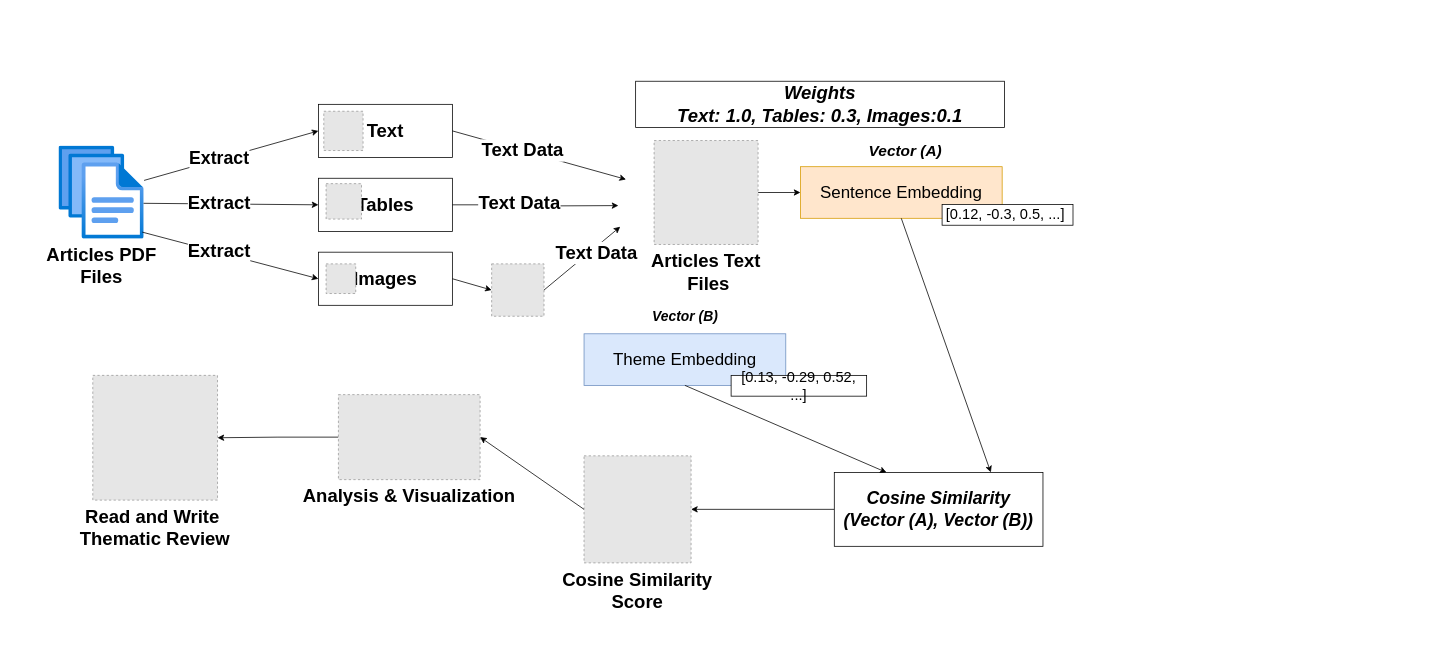
Earlier version of the draw.io diagram LiteratureFramework.drawio (ysenousy/ACC-N-ACE). Source tidied: cells renumbered, new cells numbered last; positions are measured from the earlier drawing's top-left corner, leaving out a move shared by most shapes. Both pictures are drawn from the tidied source at 77%, with x=0, y=0 at pixel (59, 81). Pictures stored in the file or linked from it are replaced by grey dashed boxes.
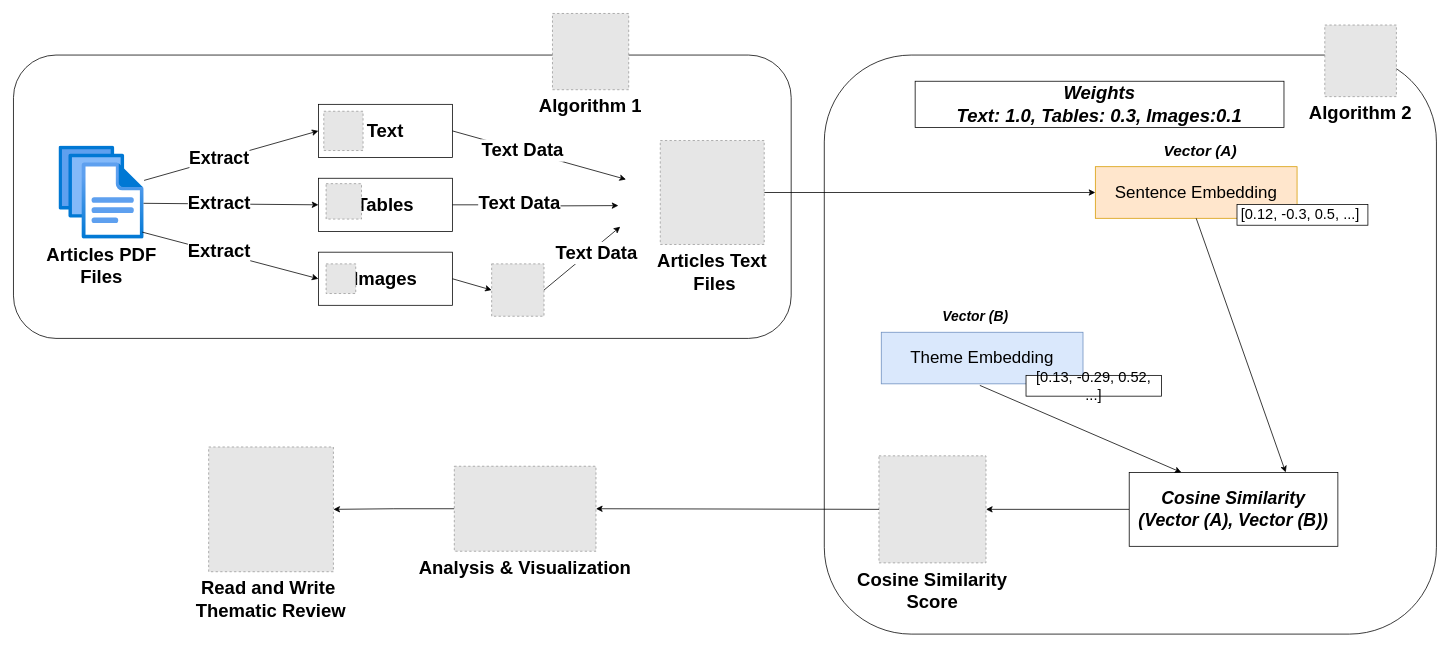
The same page after the edit.

Commit message (it also covers changes not shown here):
Added DotMatrix, Update Figure 4,5,6

The edit, as a diff of the source:
```diff
@@
+    <mxCell id="41" style="rounded=1;whiteSpace=wrap;html=1;" parent="1" vertex="1">
+      <mxGeometry x="994" y="-34" width="795" height="752" as="geometry" />
+    </mxCell>
+    <mxCell id="42" style="rounded=1;whiteSpace=wrap;html=1;" parent="1" vertex="1">
+      <mxGeometry x="-59" y="-34" width="1010" height="368" as="geometry" />
+    </mxCell>
@@
     <mxCell id="3" value="Cosine Similarity&#10;Score" style="fillColor=#E6E6E6;strokeColor=#999999;dashed=1;verticalLabelPosition=bottom;labelBackgroundColor=default;verticalAlign=top;fontSize=24;fontStyle=1;" parent="1" vertex="1">
-      <mxGeometry x="682" y="486.5" width="139" height="139" as="geometry" />
+      <mxGeometry x="1065" y="486.5" width="139" height="139" as="geometry" />
     </mxCell>
@@
     <mxCell id="5" value="Analysis &amp; Visualization" style="fillColor=#E6E6E6;strokeColor=#999999;dashed=1;verticalLabelPosition=bottom;labelBackgroundColor=default;verticalAlign=top;fontSize=24;fontStyle=1;" parent="1" vertex="1">
-      <mxGeometry x="363" y="407" width="184" height="110.4" as="geometry" />
+      <mxGeometry x="513.5" y="500" width="184" height="110.4" as="geometry" />
     </mxCell>
     <mxCell id="6" value="Read and Write &#10;Thematic Review" style="fillColor=#E6E6E6;strokeColor=#999999;dashed=1;verticalLabelPosition=bottom;labelBackgroundColor=default;verticalAlign=top;fontSize=24;fontStyle=1;" parent="1" vertex="1">
-      <mxGeometry x="44" y="382" width="162" height="162" as="geometry" />
+      <mxGeometry x="194.5" y="475" width="162" height="162" as="geometry" />
     </mxCell>
@@
     <mxCell id="28" value="Articles Text&#10; Files" style="fillColor=#E6E6E6;strokeColor=#999999;dashed=1;verticalLabelPosition=bottom;labelBackgroundColor=default;verticalAlign=top;fontStyle=1;fontSize=24;" parent="1" vertex="1">
-      <mxGeometry x="773" y="77" width="135" height="135" as="geometry" />
+      <mxGeometry x="781" y="77" width="135" height="135" as="geometry" />
     </mxCell>
     <mxCell id="29" value="&lt;font style=&quot;font-size: 22px;&quot;&gt;Sentence Embedding&lt;/font&gt;" style="rounded=0;whiteSpace=wrap;html=1;fillColor=#ffe6cc;strokeColor=#d79b00;" parent="1" vertex="1">
-      <mxGeometry x="963" y="111" width="262" height="67" as="geometry" />
+      <mxGeometry x="1346" y="111" width="262" height="67" as="geometry" />
     </mxCell>
     <mxCell id="30" value="&lt;font style=&quot;font-size: 18px;&quot;&gt;&lt;i&gt;Vector (B)&lt;/i&gt;&lt;/font&gt;" style="text;html=1;align=center;verticalAlign=middle;whiteSpace=wrap;rounded=0;fontStyle=1;" parent="1" vertex="1">
-      <mxGeometry x="763.5" y="291" width="99" height="30" as="geometry" />
+      <mxGeometry x="1141" y="291" width="99" height="30" as="geometry" />
     </mxCell>
     <mxCell id="31" value="&lt;font style=&quot;font-size: 20px;&quot;&gt;&lt;b&gt;&lt;i&gt;Vector (A)&lt;/i&gt;&lt;/b&gt;&lt;/font&gt;" style="text;html=1;align=center;verticalAlign=middle;whiteSpace=wrap;rounded=0;" parent="1" vertex="1">
-      <mxGeometry x="1049" y="74" width="101" height="30" as="geometry" />
+      <mxGeometry x="1432" y="74" width="101" height="30" as="geometry" />
     </mxCell>
     <mxCell id="32" value="&lt;font style=&quot;font-size: 22px;&quot;&gt;Theme Embedding&lt;/font&gt;" style="rounded=0;whiteSpace=wrap;html=1;fillColor=#dae8fc;strokeColor=#6c8ebf;" parent="1" vertex="1">
-      <mxGeometry x="682" y="328" width="262" height="67" as="geometry" />
+      <mxGeometry x="1068" y="326" width="262" height="67" as="geometry" />
     </mxCell>
     <mxCell id="33" value="&lt;span style=&quot;font-family: &amp;quot;Gill Sans MT&amp;quot;;&quot;&gt;&lt;font style=&quot;font-size: 19px;&quot;&gt;[0.13, -0.29, 0.52, ...]&lt;/font&gt;&lt;/span&gt;" style="rounded=0;whiteSpace=wrap;html=1;" parent="1" vertex="1">
-      <mxGeometry x="873" y="382" width="176" height="27" as="geometry" />
+      <mxGeometry x="1256" y="382" width="176" height="27" as="geometry" />
     </mxCell>
@@
     <mxCell id="35" value="&lt;p style=&quot;margin-top: 0pt; margin-bottom: 0pt; margin-left: 0in; direction: ltr; unicode-bidi: embed; word-break: normal;&quot;&gt;&lt;span style=&quot;font-family: &amp;quot;Gill Sans MT&amp;quot;; font-weight: bold;&quot;&gt;&lt;font style=&quot;font-size: 23px;&quot;&gt;&lt;i&gt;Cosine Similarity&lt;/i&gt;&lt;/font&gt;&lt;/span&gt;&lt;/p&gt;&lt;p style=&quot;margin-top: 0pt; margin-bottom: 0pt; margin-left: 0in; direction: ltr; unicode-bidi: embed; word-break: normal;&quot;&gt;&lt;span style=&quot;font-family: &amp;quot;Gill Sans MT&amp;quot;; font-weight: bold;&quot;&gt;&lt;font style=&quot;font-size: 23px;&quot;&gt;&lt;i&gt;(Vector (A), Vector (B))&lt;/i&gt;&lt;/font&gt;&lt;/span&gt;&lt;/p&gt;" style="rounded=0;whiteSpace=wrap;html=1;" parent="1" vertex="1">
-      <mxGeometry x="1007" y="508" width="271" height="96" as="geometry" />
+      <mxGeometry x="1390" y="508" width="271" height="96" as="geometry" />
     </mxCell>
     <mxCell id="36" value="&lt;span style=&quot;font-family: &amp;quot;Gill Sans MT&amp;quot;; text-align: left;&quot;&gt;&lt;font style=&quot;font-size: 19px;&quot;&gt;[0.12,&amp;nbsp;-0.3, 0.5, ...]&amp;nbsp;&lt;/font&gt;&lt;/span&gt;" style="rounded=0;whiteSpace=wrap;html=1;" parent="1" vertex="1">
-      <mxGeometry x="1147" y="160" width="170" height="27" as="geometry" />
+      <mxGeometry x="1530" y="160" width="170" height="27" as="geometry" />
     </mxCell>
@@
-    <mxCell id="38" style="endArrow=classic;html=1;rounded=0;exitX=0.5;exitY=1;exitDx=0;exitDy=0;entryX=0.25;entryY=0;entryDx=0;entryDy=0;" parent="1" edge="1" source="32" target="35">
-      <mxGeometry relative="1" as="geometry" />
+    <mxCell id="38" style="endArrow=classic;html=1;rounded=0;exitX=0.5;exitY=1;exitDx=0;exitDy=0;entryX=0.25;entryY=0;entryDx=0;entryDy=0;" parent="1" edge="1" target="35">
+      <mxGeometry relative="1" as="geometry">
+        <mxPoint x="1196" y="395" as="sourcePoint" />
+      </mxGeometry>
     </mxCell>
     <mxCell id="39" value="&lt;font style=&quot;font-size: 24px;&quot;&gt;&lt;i style=&quot;&quot;&gt;&lt;b style=&quot;&quot;&gt;Weights&lt;/b&gt;&lt;/i&gt;&lt;/font&gt;&lt;div&gt;&lt;font style=&quot;font-size: 24px;&quot;&gt;&lt;i style=&quot;&quot;&gt;&lt;b style=&quot;&quot;&gt;Text: 1.0, Tables: 0.3, Images:0.1&lt;/b&gt;&lt;/i&gt;&lt;/font&gt;&lt;/div&gt;" style="rounded=0;whiteSpace=wrap;html=1;" parent="1" vertex="1">
-      <mxGeometry x="749" width="479" height="60" as="geometry" />
+      <mxGeometry x="1112" width="479" height="60" as="geometry" />
     </mxCell>
@@
+    <mxCell id="43" value="Algorithm 1" style="fillColor=#E6E6E6;strokeColor=#999999;dashed=1;verticalLabelPosition=bottom;labelBackgroundColor=default;verticalAlign=top;fontSize=24;fontStyle=1;" parent="1" vertex="1">
+      <mxGeometry x="641" y="-88" width="99" height="99" as="geometry" />
+    </mxCell>
+    <mxCell id="44" value="Algorithm 2" style="fillColor=#E6E6E6;strokeColor=#999999;dashed=1;verticalLabelPosition=bottom;labelBackgroundColor=default;verticalAlign=top;fontSize=24;fontStyle=1;" parent="1" vertex="1">
+      <mxGeometry x="1644" y="-73" width="93" height="93" as="geometry" />
+    </mxCell>
```
